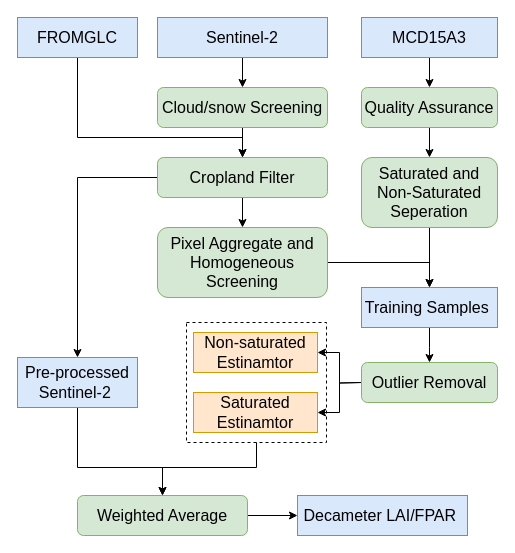
ynhsun/diagram keeps this draw.io diagram as Untitled Diagram.drawio. Above is the earlier version. Source tidied: cells renumbered, new cells numbered last; positions are measured from the earlier drawing's top-left corner, leaving out a move shared by most shapes. Both pictures are drawn from the tidied source at 100%, with x=0, y=0 at pixel (17, 17).
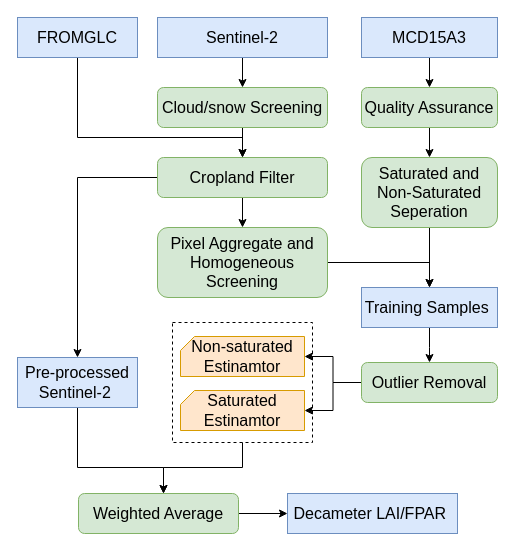
After the change.

Unchanged cells that the change refers to:
```xml
<mxCell id="24" value="Pre-processed Sentinel-2&amp;nbsp;" style="rounded=0;whiteSpace=wrap;html=1;fontSize=16;fillColor=#dae8fc;strokeColor=#6c8ebf;" parent="1" vertex="1">
  <mxGeometry y="340" width="120" height="50" as="geometry" />
</mxCell>
```

Change to the diagram source:
```diff
@@
-    <mxCell id="21" style="edgeStyle=orthogonalEdgeStyle;rounded=0;jettySize=auto;html=1;exitX=0;exitY=0.5;exitDx=0;exitDy=0;entryX=1;entryY=0.5;entryDx=0;entryDy=0;fontSize=16;" parent="1" edge="1" target="28">
-      <mxGeometry relative="1" as="geometry">
-        <mxPoint x="344" y="365" as="sourcePoint" />
-      </mxGeometry>
-    </mxCell>
-    <mxCell id="22" style="edgeStyle=orthogonalEdgeStyle;rounded=0;jettySize=auto;html=1;exitX=0;exitY=0.5;exitDx=0;exitDy=0;entryX=1;entryY=0.5;entryDx=0;entryDy=0;fontSize=16;" parent="1" edge="1" target="29">
-      <mxGeometry relative="1" as="geometry">
-        <mxPoint x="344" y="365" as="sourcePoint" />
-      </mxGeometry>
-    </mxCell>
-    <mxCell id="23" style="edgeStyle=orthogonalEdgeStyle;rounded=0;jettySize=auto;html=1;exitX=0.5;exitY=1;exitDx=0;exitDy=0;entryX=0.5;entryY=0;entryDx=0;entryDy=0;fontSize=16;" parent="1" edge="1" source="24" target="31">
+    <mxCell id="23" style="edgeStyle=orthogonalEdgeStyle;rounded=0;jettySize=auto;html=1;exitX=0.5;exitY=1;exitDx=0;exitDy=0;" parent="1" edge="1" source="24" target="31">
       <mxGeometry relative="1" as="geometry">
         <Array as="points">
           <mxPoint x="60" y="450" />
-          <mxPoint x="145" y="450" />
+          <mxPoint x="146" y="450" />
         </Array>
       </mxGeometry>
     </mxCell>
@@
     <mxCell id="25" value="Decameter LAI/FPAR&amp;nbsp;" style="rounded=0;whiteSpace=wrap;html=1;fontSize=16;fillColor=#dae8fc;strokeColor=#6c8ebf;" parent="1" vertex="1">
-      <mxGeometry x="280" y="478" width="170" height="40" as="geometry" />
+      <mxGeometry x="270" y="476" width="170" height="40" as="geometry" />
     </mxCell>
-    <mxCell id="26" style="edgeStyle=orthogonalEdgeStyle;rounded=0;jettySize=auto;html=1;entryX=0.5;entryY=0;entryDx=0;entryDy=0;" parent="1" edge="1" source="27" target="31">
+    <mxCell id="26" style="edgeStyle=orthogonalEdgeStyle;rounded=0;jettySize=auto;html=1;exitX=0.5;exitY=1;exitDx=0;exitDy=0;" parent="1" edge="1" source="27" target="31">
       <mxGeometry relative="1" as="geometry">
         <Array as="points">
-          <mxPoint x="239" y="450" />
-          <mxPoint x="145" y="450" />
+          <mxPoint x="225" y="450" />
+          <mxPoint x="146" y="450" />
         </Array>
       </mxGeometry>
     </mxCell>
     <mxCell id="27" style="rounded=0;whiteSpace=wrap;html=1;fontSize=16;dashed=1;fillColor=none;" parent="1" vertex="1">
-      <mxGeometry x="169" y="305" width="140" height="120" as="geometry" />
+      <mxGeometry x="155" y="305" width="140" height="120" as="geometry" />
     </mxCell>
+    <mxCell id="30" style="edgeStyle=orthogonalEdgeStyle;rounded=0;jettySize=auto;html=1;fontSize=16;" parent="1" edge="1" source="31" target="25">
+      <mxGeometry relative="1" as="geometry" />
+    </mxCell>
+    <mxCell id="31" value="Weighted Average" style="rounded=1;whiteSpace=wrap;html=1;fontSize=16;fillColor=#d5e8d4;strokeColor=#82b366;" parent="1" vertex="1">
+      <mxGeometry x="61" y="476" width="160" height="40" as="geometry" />
+    </mxCell>
+    <mxCell id="33" style="edgeStyle=orthogonalEdgeStyle;rounded=0;jettySize=auto;html=1;exitX=0;exitY=0.5;exitDx=0;exitDy=0;entryX=1;entryY=0.5;entryDx=0;entryDy=0;entryPerimeter=0;" parent="1" edge="1" source="32" target="28">
+      <mxGeometry relative="1" as="geometry" />
+    </mxCell>
+    <mxCell id="34" style="edgeStyle=orthogonalEdgeStyle;rounded=0;jettySize=auto;html=1;exitX=0;exitY=0.5;exitDx=0;exitDy=0;" parent="1" edge="1" source="32" target="29">
+      <mxGeometry relative="1" as="geometry" />
+    </mxCell>
+    <mxCell id="32" value="Outlier Removal" style="rounded=1;whiteSpace=wrap;html=1;fontSize=16;fillColor=#d5e8d4;strokeColor=#82b366;" parent="1" vertex="1">
+      <mxGeometry x="344" y="345" width="136" height="40" as="geometry" />
+    </mxCell>
-    <mxCell id="28" value="Non-saturated Estinamtor" style="rounded=0;whiteSpace=wrap;html=1;fontSize=16;fillColor=#ffe6cc;strokeColor=#d79b00;" parent="1" vertex="1">
-      <mxGeometry x="176" y="315" width="124" height="40" as="geometry" />
+    <mxCell id="28" value="&lt;span style=&quot;font-size: 16px&quot;&gt;Non-saturated Estinamtor&lt;/span&gt;" style="shape=card;whiteSpace=wrap;html=1;size=14;fillColor=#ffe6cc;strokeColor=#d79b00;" parent="1" vertex="1">
+      <mxGeometry x="163" y="319" width="124" height="40" as="geometry" />
     </mxCell>
-    <mxCell id="29" value="Saturated Estinamtor" style="rounded=0;whiteSpace=wrap;html=1;fontSize=16;fillColor=#ffe6cc;strokeColor=#d79b00;" parent="1" vertex="1">
-      <mxGeometry x="176" y="375" width="124" height="40" as="geometry" />
+    <mxCell id="29" value="&lt;span style=&quot;font-size: 16px&quot;&gt;Saturated Estinamtor&lt;/span&gt;" style="shape=card;whiteSpace=wrap;html=1;size=14;fillColor=#ffe6cc;strokeColor=#d79b00;" parent="1" vertex="1">
+      <mxGeometry x="163" y="373" width="124" height="40" as="geometry" />
     </mxCell>
-    <mxCell id="30" style="edgeStyle=orthogonalEdgeStyle;rounded=0;jettySize=auto;html=1;fontSize=16;" parent="1" edge="1" source="31" target="25">
-      <mxGeometry relative="1" as="geometry" />
-    </mxCell>
-    <mxCell id="31" value="Weighted Average" style="rounded=1;whiteSpace=wrap;html=1;fontSize=16;fillColor=#d5e8d4;strokeColor=#82b366;" parent="1" vertex="1">
-      <mxGeometry x="60" y="478" width="170" height="40" as="geometry" />
-    </mxCell>
-    <mxCell id="32" value="Outlier Removal" style="rounded=1;whiteSpace=wrap;html=1;fontSize=16;fillColor=#d5e8d4;strokeColor=#82b366;" parent="1" vertex="1">
-      <mxGeometry x="344" y="345" width="136" height="40" as="geometry" />
-    </mxCell>
```
